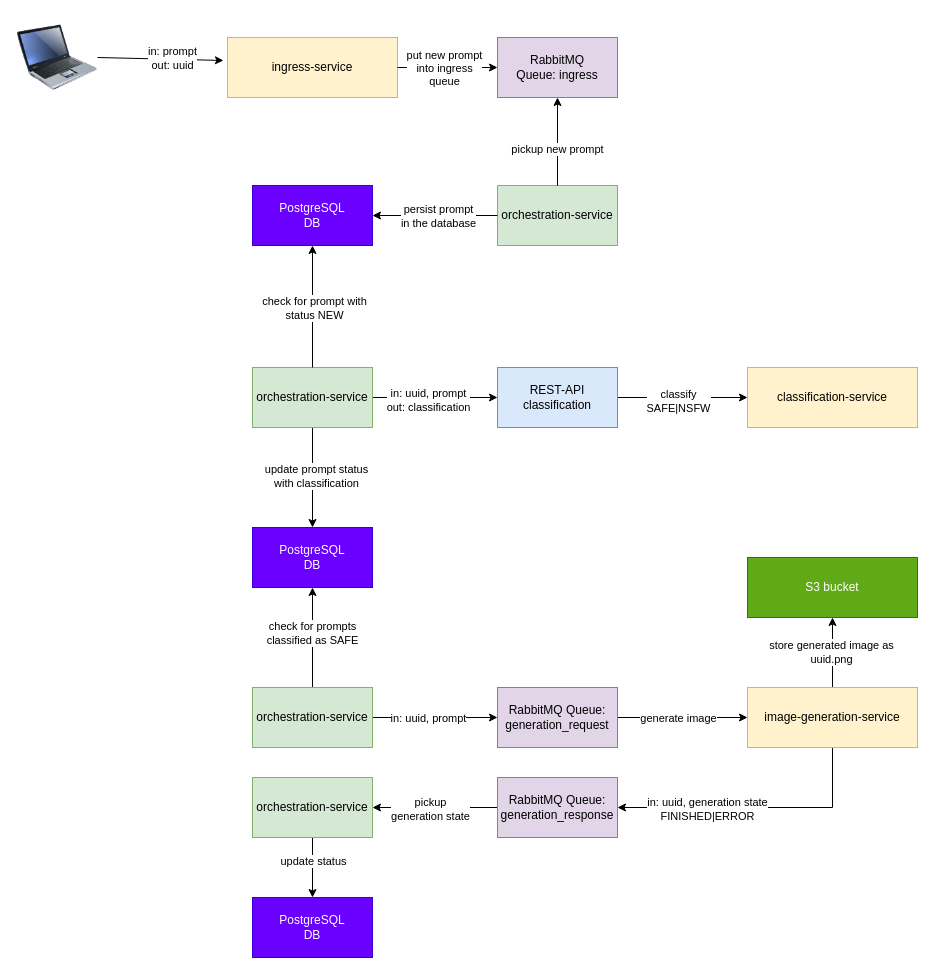
wreiner/FHJ-image-gen-microservices keeps this draw.io diagram as docs/architecture.drawio. Above is the earlier version. Source tidied: cells renumbered, new cells numbered last; positions are measured from the earlier drawing's top-left corner, leaving out a move shared by most shapes. Both pictures are drawn from the tidied source at 100%, with x=0, y=0 at pixel (17, 17).
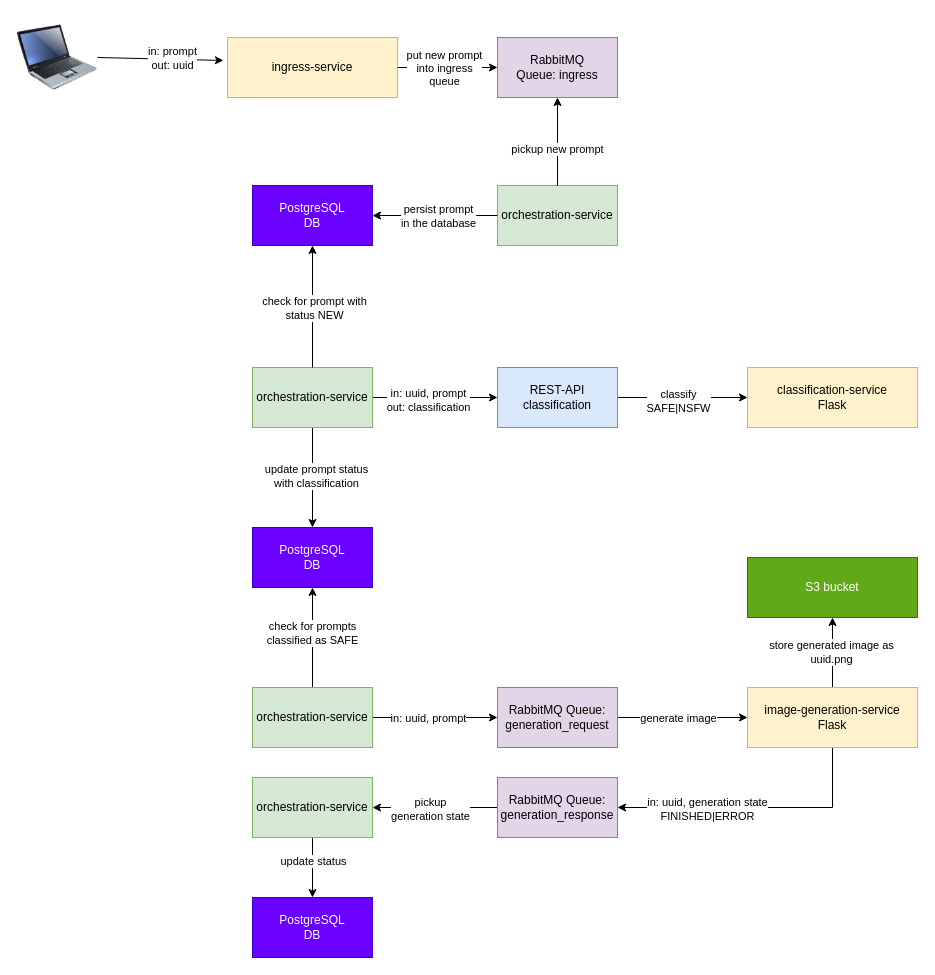
After the change.

Commit message (it also covers changes not shown here):
Add readme and architectural overview

The edit, as a diff of the source:
```diff
@@
-    <mxCell id="8" value="classification-service" style="rounded=0;whiteSpace=wrap;html=1;fillColor=#fff2cc;strokeColor=#d6b656;" parent="1" vertex="1">
+    <mxCell id="8" value="classification-service&lt;br&gt;Flask" style="rounded=0;whiteSpace=wrap;html=1;fillColor=#fff2cc;strokeColor=#d6b656;" parent="1" vertex="1">
       <mxGeometry x="730" y="350" width="170" height="60" as="geometry" />
     </mxCell>
@@
-    <mxCell id="13" value="image-generation-service" style="rounded=0;whiteSpace=wrap;html=1;fillColor=#fff2cc;strokeColor=#d6b656;" parent="1" vertex="1">
+    <mxCell id="13" value="image-generation-service&lt;br&gt;Flask" style="rounded=0;whiteSpace=wrap;html=1;fillColor=#fff2cc;strokeColor=#d6b656;" parent="1" vertex="1">
       <mxGeometry x="730" y="670" width="170" height="60" as="geometry" />
     </mxCell>
```
